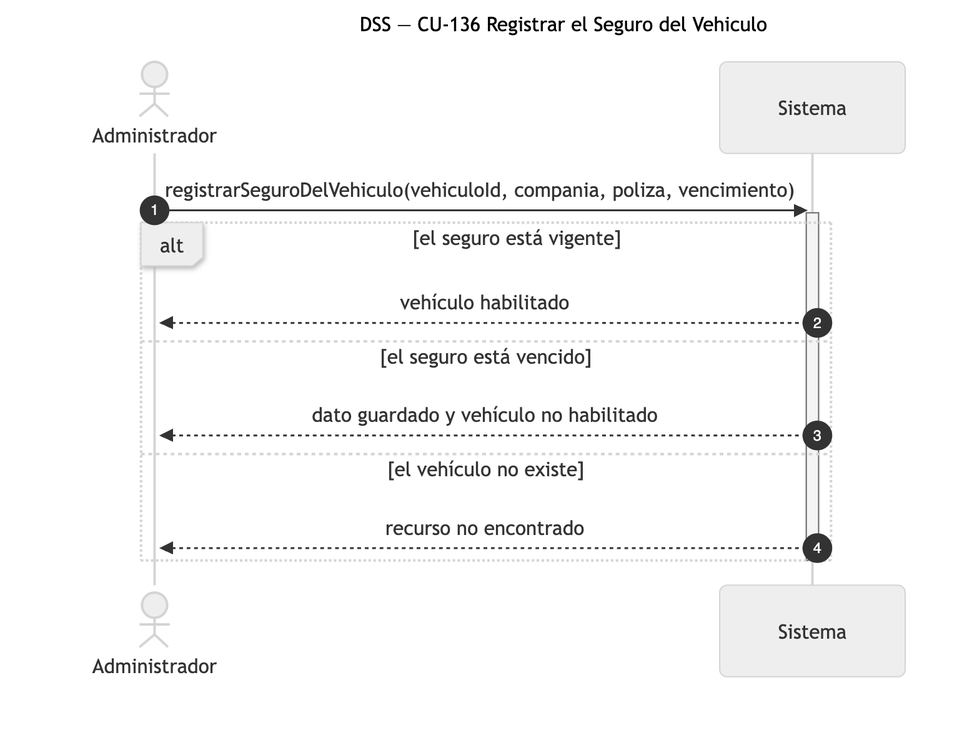
This is diagramas/png/DSS_CU-136_Registrar-el-Seguro-del-Vehiculo.png from Nahuelito-Dev/splg-docs, a Mermaid export, as it was before one commit. Its source is kept beside it as diagramas/DSS_CU-136_Registrar-el-Seguro-del-Vehiculo.mmd.
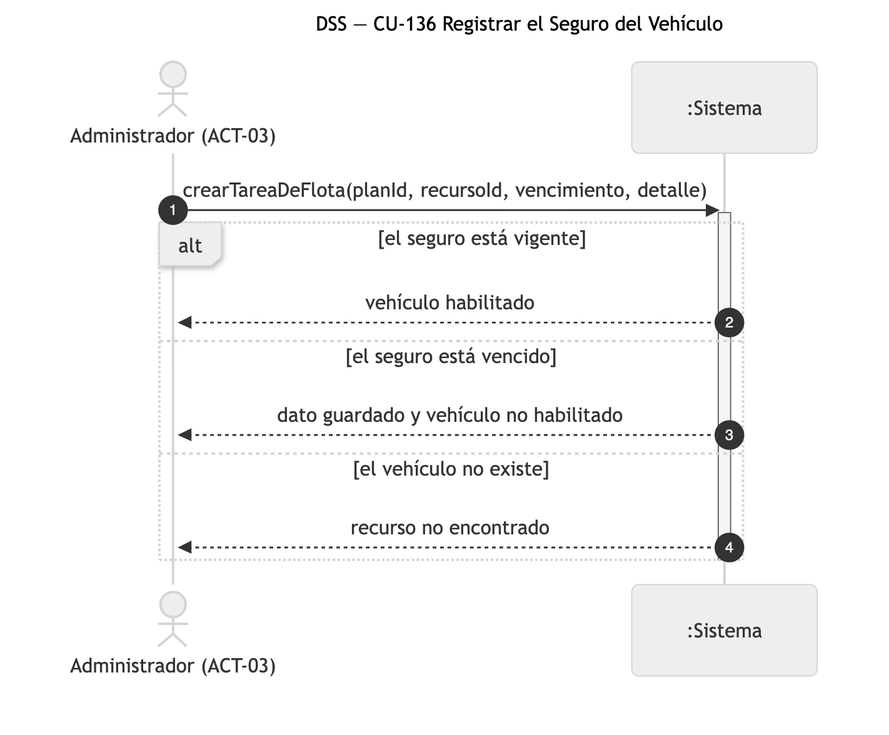
After the commit.

The edit, as a diff of the source:
```diff
@@ -1,10 +1,10 @@
 sequenceDiagram
-    title DSS — CU-136 Registrar el Seguro del Vehiculo
+    title DSS — CU-136 Registrar el Seguro del Vehículo
     autonumber
-    actor ADM as Administrador
-    participant SIS as Sistema
+    actor ADM as Administrador (ACT-03)
+    participant SIS as :Sistema
 
-    ADM->>SIS: registrarSeguroDelVehiculo(vehiculoId, compania, poliza, vencimiento)
+    ADM->>SIS: crearTareaDeFlota(planId, recursoId, vencimiento, detalle)
     activate SIS
     alt el seguro está vigente
         SIS-->>ADM: vehículo habilitado
```
